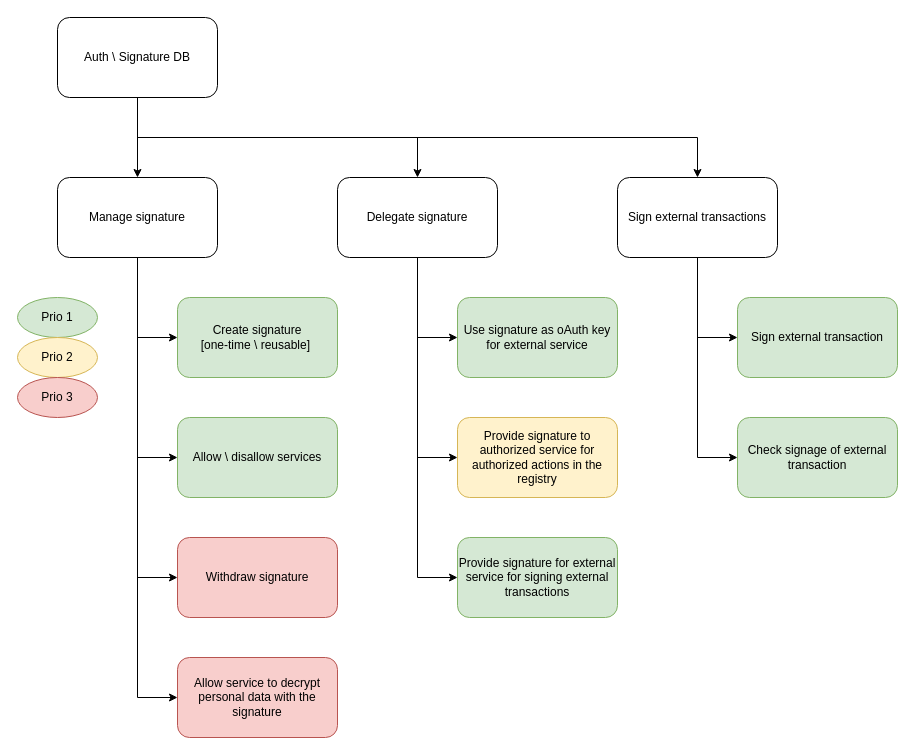
Above: page "B: Auth \ Record DB" (3 of 7) of architecture/crdesign.drawio in markvandal/ds.info (draw.io), before the change. Source tidied: cells renumbered, new cells numbered last; positions are measured from the earlier drawing's top-left corner, leaving out a move shared by most shapes. Both pictures are drawn from the tidied source at 100%, with x=0, y=0 at pixel (17, 17).
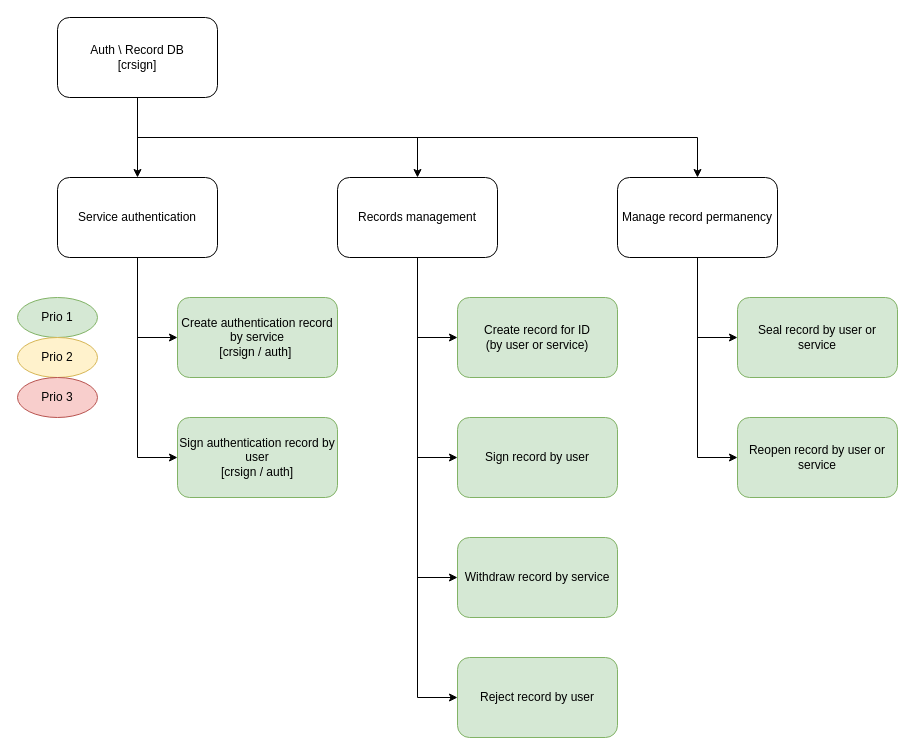
The same page after the edit.

Diff of the diagram source:
```diff
@@
-    <mxCell id="5" value="Auth \ Signature DB" style="rounded=1;whiteSpace=wrap;html=1;" parent="1" vertex="1">
+    <mxCell id="5" value="Auth \ Record DB&lt;br&gt;[crsign]" style="rounded=1;whiteSpace=wrap;html=1;" parent="1" vertex="1">
       <mxGeometry x="40" width="160" height="80" as="geometry" />
     </mxCell>
@@
-    <mxCell id="8" style="edgeStyle=orthogonalEdgeStyle;rounded=0;jettySize=auto;html=1;exitX=0.5;exitY=1;exitDx=0;exitDy=0;entryX=0;entryY=0.5;entryDx=0;entryDy=0;" parent="1" edge="1" source="9" target="12">
-      <mxGeometry relative="1" as="geometry" />
-    </mxCell>
-    <mxCell id="9" value="Manage signature" style="rounded=1;whiteSpace=wrap;html=1;" parent="1" vertex="1">
+    <mxCell id="9" value="Service authentication" style="rounded=1;whiteSpace=wrap;html=1;" parent="1" vertex="1">
       <mxGeometry x="40" y="160" width="160" height="80" as="geometry" />
     </mxCell>
-    <mxCell id="10" value="Create signature&lt;br&gt;[one-time \ reusable]&amp;nbsp;" style="rounded=1;whiteSpace=wrap;html=1;fillColor=#d5e8d4;strokeColor=#82b366;" parent="1" vertex="1">
+    <mxCell id="10" value="Create authentication record by service&lt;br&gt;[crsign / auth]&amp;nbsp;" style="rounded=1;whiteSpace=wrap;html=1;fillColor=#d5e8d4;strokeColor=#82b366;" parent="1" vertex="1">
       <mxGeometry x="160" y="280" width="160" height="80" as="geometry" />
     </mxCell>
-    <mxCell id="11" value="Allow \ disallow services" style="rounded=1;whiteSpace=wrap;html=1;fillColor=#d5e8d4;strokeColor=#82b366;" parent="1" vertex="1">
+    <mxCell id="11" value="Sign authentication record by user&lt;br&gt;[crsign / auth]" style="rounded=1;whiteSpace=wrap;html=1;fillColor=#d5e8d4;strokeColor=#82b366;" parent="1" vertex="1">
       <mxGeometry x="160" y="400" width="160" height="80" as="geometry" />
     </mxCell>
-    <mxCell id="12" value="Withdraw signature" style="rounded=1;whiteSpace=wrap;html=1;fillColor=#f8cecc;strokeColor=#b85450;" parent="1" vertex="1">
-      <mxGeometry x="160" y="520" width="160" height="80" as="geometry" />
-    </mxCell>
@@
-    <mxCell id="14" style="edgeStyle=orthogonalEdgeStyle;rounded=0;jettySize=auto;html=1;exitX=0.5;exitY=1;exitDx=0;exitDy=0;entryX=0;entryY=0.5;entryDx=0;entryDy=0;" parent="1" edge="1" source="17" target="19">
-      <mxGeometry relative="1" as="geometry" />
-    </mxCell>
@@
-    <mxCell id="16" style="edgeStyle=orthogonalEdgeStyle;rounded=0;jettySize=auto;html=1;exitX=0.5;exitY=1;exitDx=0;exitDy=0;entryX=0;entryY=0.5;entryDx=0;entryDy=0;" parent="1" edge="1" source="9" target="26">
-      <mxGeometry relative="1" as="geometry" />
-    </mxCell>
+    <mxCell id="30" style="edgeStyle=orthogonalEdgeStyle;rounded=0;jettySize=auto;html=1;exitX=0.5;exitY=1;exitDx=0;exitDy=0;entryX=0;entryY=0.5;entryDx=0;entryDy=0;" parent="1" edge="1" source="17" target="33">
+      <mxGeometry relative="1" as="geometry" />
+    </mxCell>
+    <mxCell id="31" style="edgeStyle=orthogonalEdgeStyle;rounded=0;jettySize=auto;html=1;exitX=0.5;exitY=1;exitDx=0;exitDy=0;entryX=0;entryY=0.5;entryDx=0;entryDy=0;" parent="1" edge="1" source="17" target="34">
+      <mxGeometry relative="1" as="geometry" />
+    </mxCell>
-    <mxCell id="17" value="Delegate signature" style="rounded=1;whiteSpace=wrap;html=1;" parent="1" vertex="1">
+    <mxCell id="17" value="Records management" style="rounded=1;whiteSpace=wrap;html=1;" parent="1" vertex="1">
       <mxGeometry x="320" y="160" width="160" height="80" as="geometry" />
     </mxCell>
-    <mxCell id="18" value="Use signature as oAuth key for external&amp;nbsp;service" style="rounded=1;whiteSpace=wrap;html=1;fillColor=#d5e8d4;strokeColor=#82b366;" parent="1" vertex="1">
+    <mxCell id="18" value="Create record for ID&lt;br&gt;(by user or service)" style="rounded=1;whiteSpace=wrap;html=1;fillColor=#d5e8d4;strokeColor=#82b366;" parent="1" vertex="1">
       <mxGeometry x="440" y="280" width="160" height="80" as="geometry" />
     </mxCell>
-    <mxCell id="19" value="Provide signature to authorized service for authorized actions in the registry" style="rounded=1;whiteSpace=wrap;html=1;fillColor=#fff2cc;strokeColor=#d6b656;" parent="1" vertex="1">
-      <mxGeometry x="440" y="400" width="160" height="80" as="geometry" />
-    </mxCell>
@@
-    <mxCell id="21" style="edgeStyle=orthogonalEdgeStyle;rounded=0;jettySize=auto;html=1;entryX=0;entryY=0.5;entryDx=0;entryDy=0;" parent="1" edge="1" target="24">
+    <mxCell id="21" style="edgeStyle=orthogonalEdgeStyle;rounded=0;jettySize=auto;html=1;" parent="1" edge="1" target="32">
       <mxGeometry relative="1" as="geometry">
         <mxPoint x="680" y="240" as="sourcePoint" />
         <Array as="points">
           <mxPoint x="680" y="440" />
         </Array>
       </mxGeometry>
     </mxCell>
-    <mxCell id="22" value="Provide signature for external service for signing external transactions" style="rounded=1;whiteSpace=wrap;html=1;fillColor=#d5e8d4;strokeColor=#82b366;" parent="1" vertex="1">
-      <mxGeometry x="440" y="520" width="160" height="80" as="geometry" />
+    <mxCell id="22" value="Sign record by user" style="rounded=1;whiteSpace=wrap;html=1;fillColor=#d5e8d4;strokeColor=#82b366;" parent="1" vertex="1">
+      <mxGeometry x="440" y="400" width="160" height="80" as="geometry" />
     </mxCell>
-    <mxCell id="23" value="Sign external transaction" style="rounded=1;whiteSpace=wrap;html=1;fillColor=#d5e8d4;strokeColor=#82b366;" parent="1" vertex="1">
+    <mxCell id="23" value="Seal record by user or service" style="rounded=1;whiteSpace=wrap;html=1;fillColor=#d5e8d4;strokeColor=#82b366;" parent="1" vertex="1">
       <mxGeometry x="720" y="280" width="160" height="80" as="geometry" />
     </mxCell>
-    <mxCell id="24" value="Check signage of external transaction" style="rounded=1;whiteSpace=wrap;html=1;fillColor=#d5e8d4;strokeColor=#82b366;" parent="1" vertex="1">
-      <mxGeometry x="720" y="400" width="160" height="80" as="geometry" />
-    </mxCell>
-    <mxCell id="25" value="Sign external transactions" style="rounded=1;whiteSpace=wrap;html=1;" parent="1" vertex="1">
+    <mxCell id="25" value="Manage record permanency" style="rounded=1;whiteSpace=wrap;html=1;" parent="1" vertex="1">
       <mxGeometry x="600" y="160" width="160" height="80" as="geometry" />
     </mxCell>
-    <mxCell id="26" value="Allow service to decrypt personal data with the signature" style="rounded=1;whiteSpace=wrap;html=1;fillColor=#f8cecc;strokeColor=#b85450;" parent="1" vertex="1">
-      <mxGeometry x="160" y="640" width="160" height="80" as="geometry" />
-    </mxCell>
@@
+    <mxCell id="32" value="Reopen record by user or service" style="rounded=1;whiteSpace=wrap;html=1;fillColor=#d5e8d4;strokeColor=#82b366;" parent="1" vertex="1">
+      <mxGeometry x="720" y="400" width="160" height="80" as="geometry" />
+    </mxCell>
+    <mxCell id="33" value="Withdraw record by service" style="rounded=1;whiteSpace=wrap;html=1;fillColor=#d5e8d4;strokeColor=#82b366;" parent="1" vertex="1">
+      <mxGeometry x="440" y="520" width="160" height="80" as="geometry" />
+    </mxCell>
+    <mxCell id="34" value="Reject record by user" style="rounded=1;whiteSpace=wrap;html=1;fillColor=#d5e8d4;strokeColor=#82b366;" parent="1" vertex="1">
+      <mxGeometry x="440" y="640" width="160" height="80" as="geometry" />
+    </mxCell>
```
